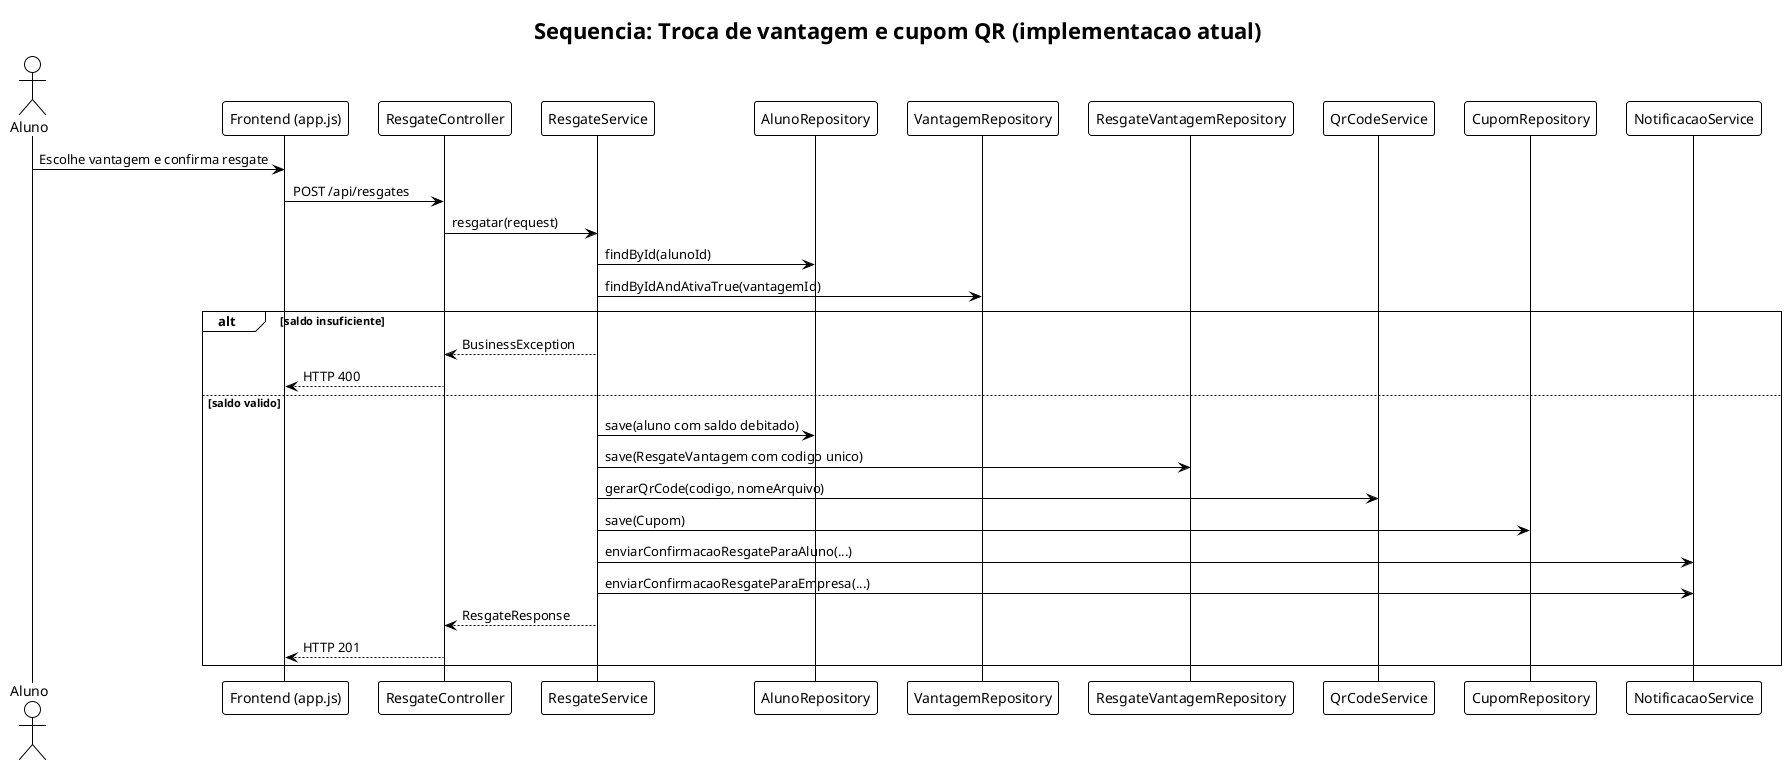
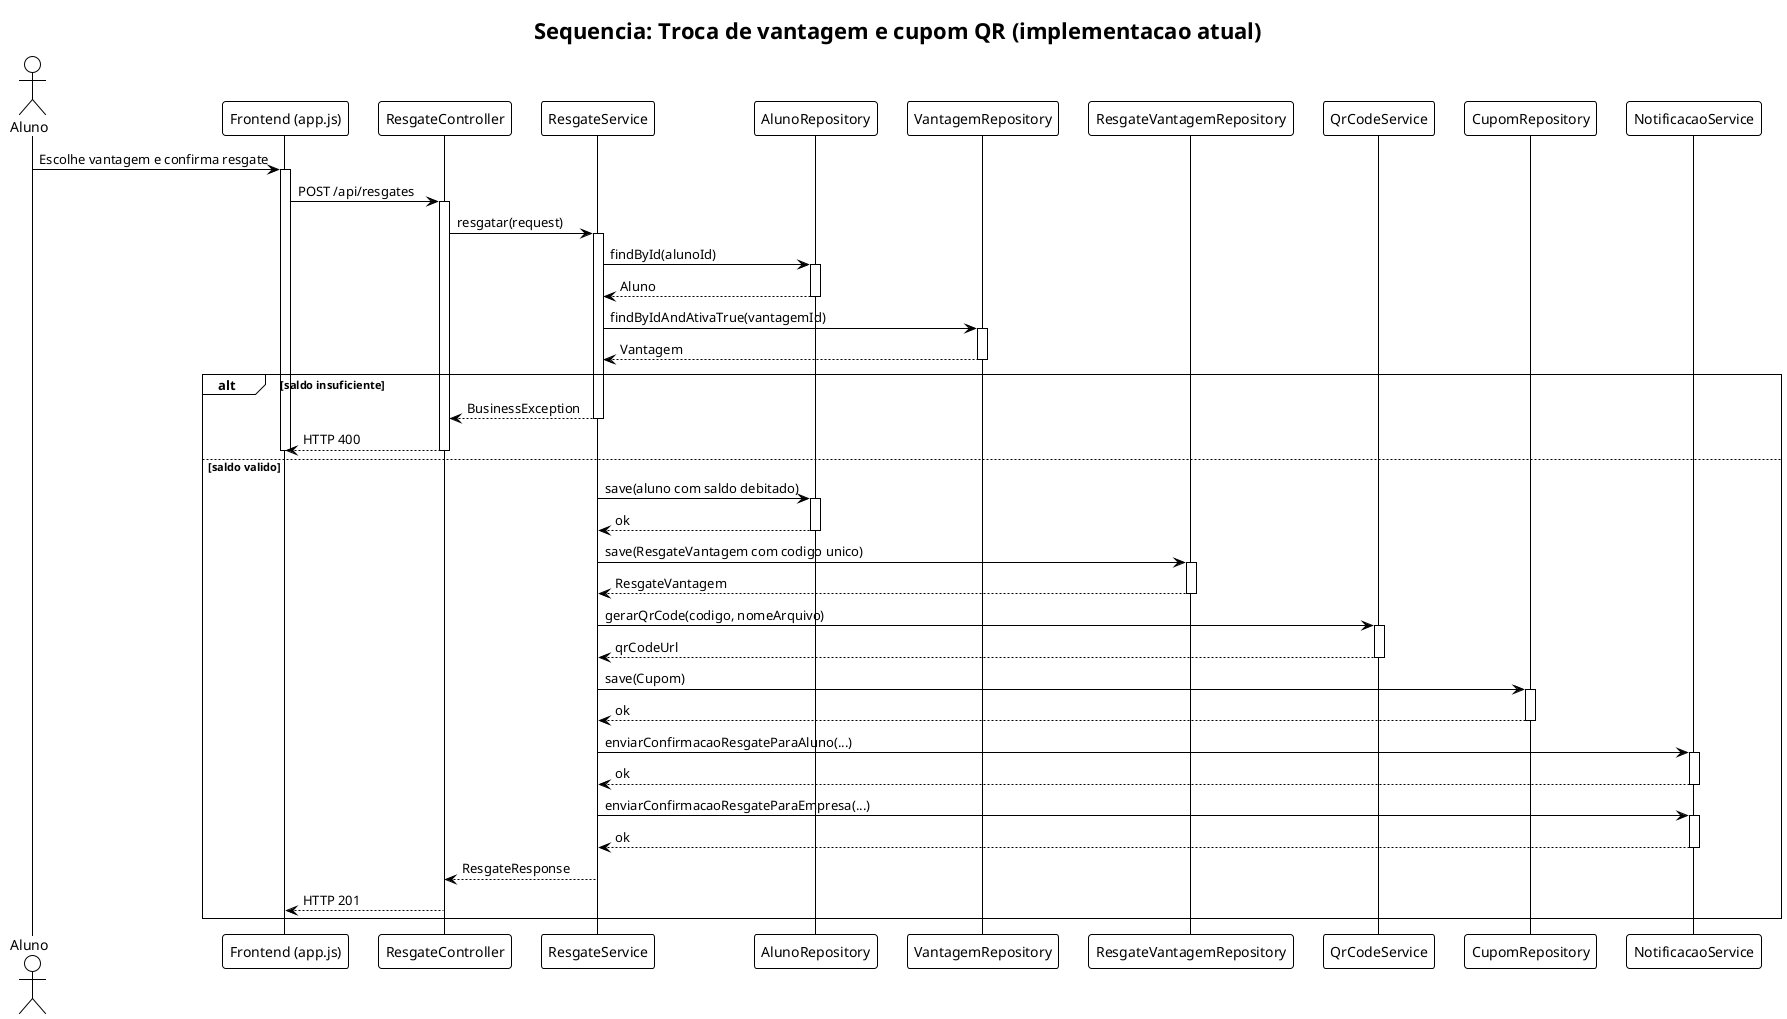
@startuml sequencia-resgate-vantagens
!theme plain
title Sequencia: Troca de vantagem e cupom QR (implementacao atual)

actor Aluno
participant "Frontend (app.js)" as UI
participant "ResgateController" as RC
participant "ResgateService" as RS
participant "AlunoRepository" as AR
participant "VantagemRepository" as VR
participant "ResgateVantagemRepository" as RR
participant "QrCodeService" as QR
participant "CupomRepository" as CR
participant "NotificacaoService" as NS

Aluno -> UI: Escolhe vantagem e confirma resgate
+ activate UI
+ 
UI -> RC: POST /api/resgates
+ activate RC
+ 
RC -> RS: resgatar(request)
+ activate RS
+ 
RS -> AR: findById(alunoId)
+ activate AR
+ AR --> RS: Aluno
+ deactivate AR
+ 
RS -> VR: findByIdAndAtivaTrue(vantagemId)
+ activate VR
+ VR --> RS: Vantagem
+ deactivate VR

alt saldo insuficiente
  RS --> RC: BusinessException
+   deactivate RS
  RC --> UI: HTTP 400
+   deactivate RC
+   deactivate UI
else saldo valido
  RS -> AR: save(aluno com saldo debitado)
+   activate AR
+   AR --> RS: ok
+   deactivate AR
  RS -> RR: save(ResgateVantagem com codigo unico)
+   activate RR
+   RR --> RS: ResgateVantagem
+   deactivate RR
  RS -> QR: gerarQrCode(codigo, nomeArquivo)
+   activate QR
+   QR --> RS: qrCodeUrl
+   deactivate QR
  RS -> CR: save(Cupom)
+   activate CR
+   CR --> RS: ok
+   deactivate CR
  RS -> NS: enviarConfirmacaoResgateParaAluno(...)
+   activate NS
+   NS --> RS: ok
+   deactivate NS
  RS -> NS: enviarConfirmacaoResgateParaEmpresa(...)
+   activate NS
+   NS --> RS: ok
+   deactivate NS
  RS --> RC: ResgateResponse
+   deactivate RS
  RC --> UI: HTTP 201
+   deactivate RC
+   deactivate UI
end

@enduml
